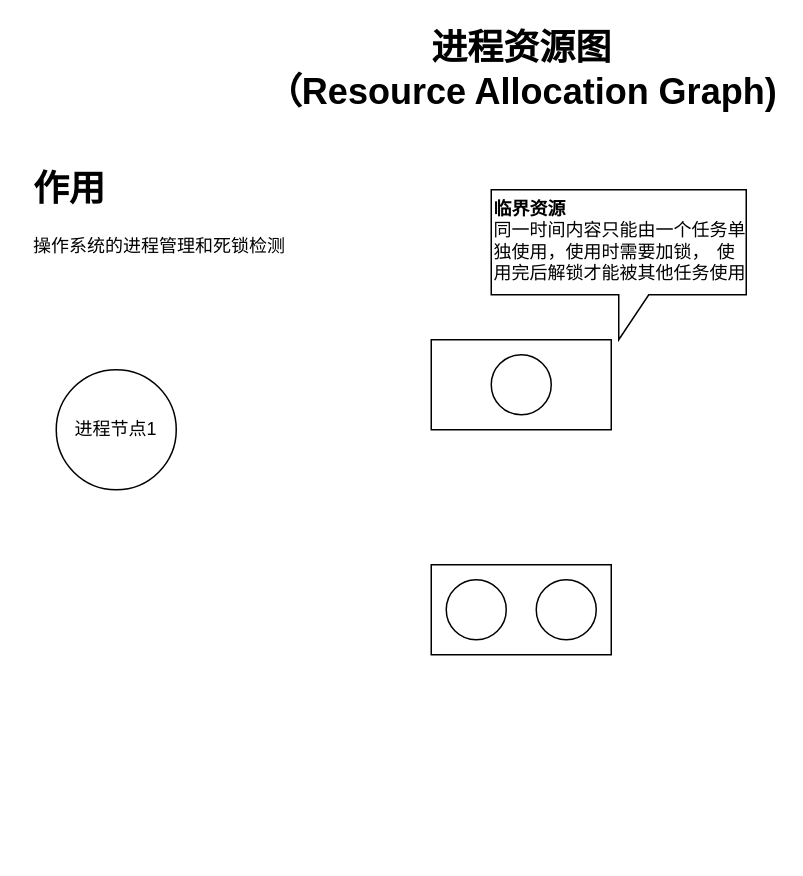
Earlier version of the draw.io diagram page "进程资源图" (3 of 3) of projects/架构.drawio (warren-wupeng/my-notes). Source tidied: cells renumbered, new cells numbered last; positions are measured from the earlier drawing's top-left corner, leaving out a move shared by most shapes. Both pictures are drawn from the tidied source at 150%, with x=0, y=0 at pixel (26, 39).
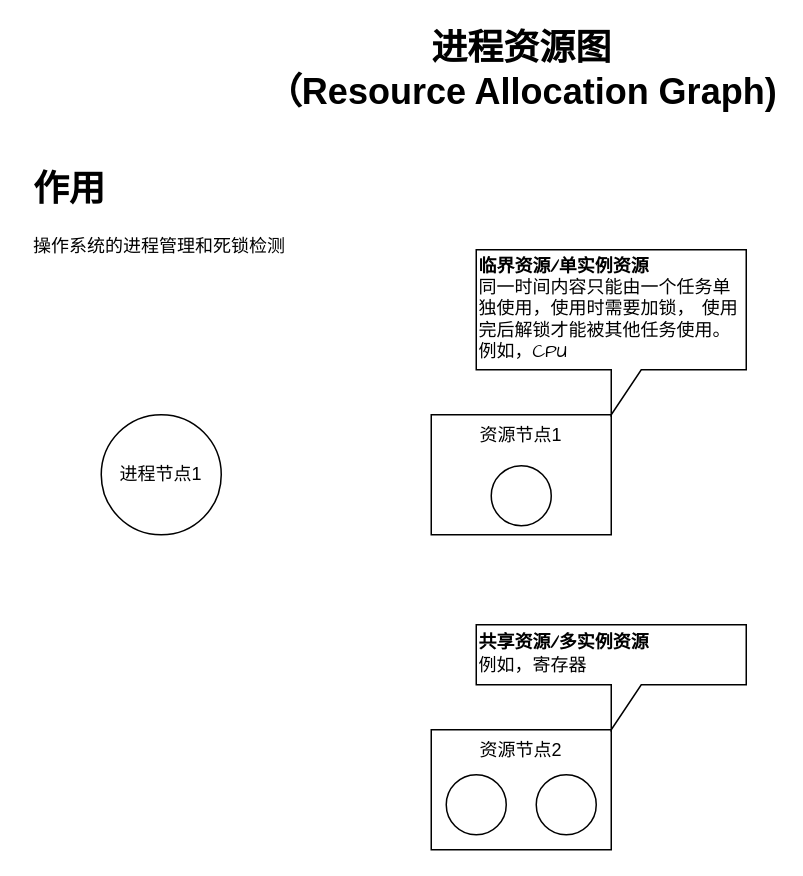
Above is the later version.

Diff of the diagram source:
```diff
@@
 <mxGraphModel>
   <root>
     <mxCell id="0" />
     <mxCell id="1" parent="0" />
-    <mxCell id="2" style="rounded=0;whiteSpace=wrap;html=1;" parent="1" vertex="1">
-      <mxGeometry x="270" y="200" width="120" height="60" as="geometry" />
+    <mxCell id="2" value="资源节点1" style="rounded=0;whiteSpace=wrap;html=1;verticalAlign=top;" parent="1" vertex="1">
+      <mxGeometry x="270" y="250" width="120" height="80" as="geometry" />
     </mxCell>
     <mxCell id="3" value="进程节点1" style="ellipse;whiteSpace=wrap;html=1;" parent="1" vertex="1">
-      <mxGeometry x="20" y="220" width="80" height="80" as="geometry" />
+      <mxGeometry x="50" y="250" width="80" height="80" as="geometry" />
     </mxCell>
     <mxCell id="4" value="进程资源图&lt;br&gt;（Resource Allocation Graph)" style="text;strokeColor=none;fillColor=none;html=1;fontSize=24;fontStyle=1;verticalAlign=middle;align=center;" parent="1" vertex="1">
       <mxGeometry x="280" width="100" height="40" as="geometry" />
     </mxCell>
     <mxCell id="5" value="&lt;h1&gt;作用&lt;/h1&gt;&lt;p&gt;操作系统的进程管理和死锁检测&lt;br&gt;&lt;/p&gt;" style="text;html=1;strokeColor=none;fillColor=none;spacing=5;spacingTop=-20;whiteSpace=wrap;overflow=hidden;rounded=0;" parent="1" vertex="1">
       <mxGeometry y="80" width="190" height="80" as="geometry" />
     </mxCell>
     <mxCell id="6" style="ellipse;whiteSpace=wrap;html=1;" parent="1" vertex="1">
-      <mxGeometry x="310" y="210" width="40" height="40" as="geometry" />
+      <mxGeometry x="310" y="284" width="40" height="40" as="geometry" />
     </mxCell>
-    <mxCell id="7" style="rounded=0;whiteSpace=wrap;html=1;" parent="1" vertex="1">
-      <mxGeometry x="270" y="350" width="120" height="60" as="geometry" />
+    <mxCell id="7" value="资源节点2" style="rounded=0;whiteSpace=wrap;html=1;verticalAlign=top;" parent="1" vertex="1">
+      <mxGeometry x="270" y="460" width="120" height="80" as="geometry" />
     </mxCell>
     <mxCell id="8" style="ellipse;whiteSpace=wrap;html=1;" parent="1" vertex="1">
-      <mxGeometry x="280" y="360" width="40" height="40" as="geometry" />
+      <mxGeometry x="280" y="490" width="40" height="40" as="geometry" />
     </mxCell>
     <mxCell id="9" style="ellipse;whiteSpace=wrap;html=1;" parent="1" vertex="1">
-      <mxGeometry x="340" y="360" width="40" height="40" as="geometry" />
+      <mxGeometry x="340" y="490" width="40" height="40" as="geometry" />
     </mxCell>
-    <mxCell id="10" value="&lt;b&gt;临界资源&lt;/b&gt;&lt;br&gt;同一时间内容只能由一个任务单独使用，使用时需要加锁， 使用完后解锁才能被其他任务使用" style="shape=callout;whiteSpace=wrap;html=1;perimeter=calloutPerimeter;align=left;fontFamily=Comic Sans MS;" parent="1" vertex="1">
-      <mxGeometry x="310" y="100" width="170" height="100" as="geometry" />
+    <mxCell id="10" value="&lt;b&gt;临界资源/单实例资源&lt;/b&gt;&lt;br&gt;同一时间内容只能由一个任务单独使用，使用时需要加锁， 使用完后解锁才能被其他任务使用。&lt;br&gt;例如，CPU" style="shape=callout;whiteSpace=wrap;html=1;perimeter=calloutPerimeter;align=left;fontFamily=Comic Sans MS;" parent="1" vertex="1">
+      <mxGeometry x="300" y="140" width="180" height="110" as="geometry" />
     </mxCell>
+    <mxCell id="11" value="&lt;b&gt;共享资源/多实例资源&lt;/b&gt;&lt;br&gt;例如，寄存器" style="shape=callout;whiteSpace=wrap;html=1;perimeter=calloutPerimeter;align=left;fontFamily=Comic Sans MS;" parent="1" vertex="1">
+      <mxGeometry x="300" y="390" width="180" height="70" as="geometry" />
+    </mxCell>
   </root>
 </mxGraphModel>
```
